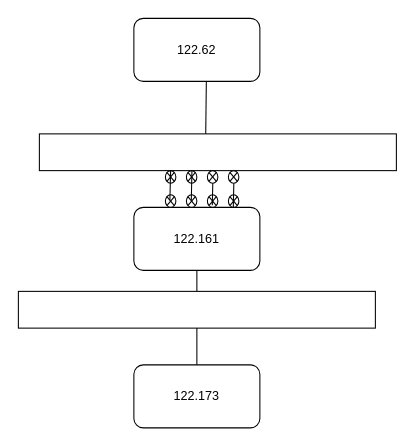
This is 未命名绘图.drawio from zhangchxiang/GitLiearn, a draw.io file, before an edit. Source tidied: cells renumbered, new cells numbered last; positions are measured from the earlier drawing's top-left corner, leaving out a move shared by most shapes. Both pictures are drawn from the tidied source at 105%, with x=0, y=0 at pixel (18, 18).
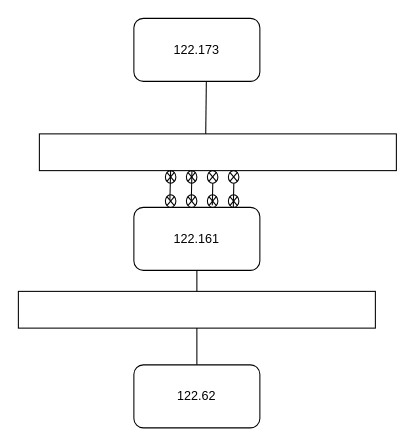
The same page after the edit.

Commit message:
更新未命名绘图.drawio

The edit, as a diff of the source:
```diff
@@
-    <mxCell id="3" value="122.62" style="rounded=1;whiteSpace=wrap;html=1;" parent="1" vertex="1">
+    <mxCell id="3" value="122.173" style="rounded=1;whiteSpace=wrap;html=1;" parent="1" vertex="1">
       <mxGeometry x="110" width="120" height="60" as="geometry" />
     </mxCell>
-    <mxCell id="4" value="122.173" style="rounded=1;whiteSpace=wrap;html=1;" parent="1" vertex="1">
+    <mxCell id="4" value="122.62" style="rounded=1;whiteSpace=wrap;html=1;" parent="1" vertex="1">
       <mxGeometry x="110" y="330" width="120" height="60" as="geometry" />
     </mxCell>
```
